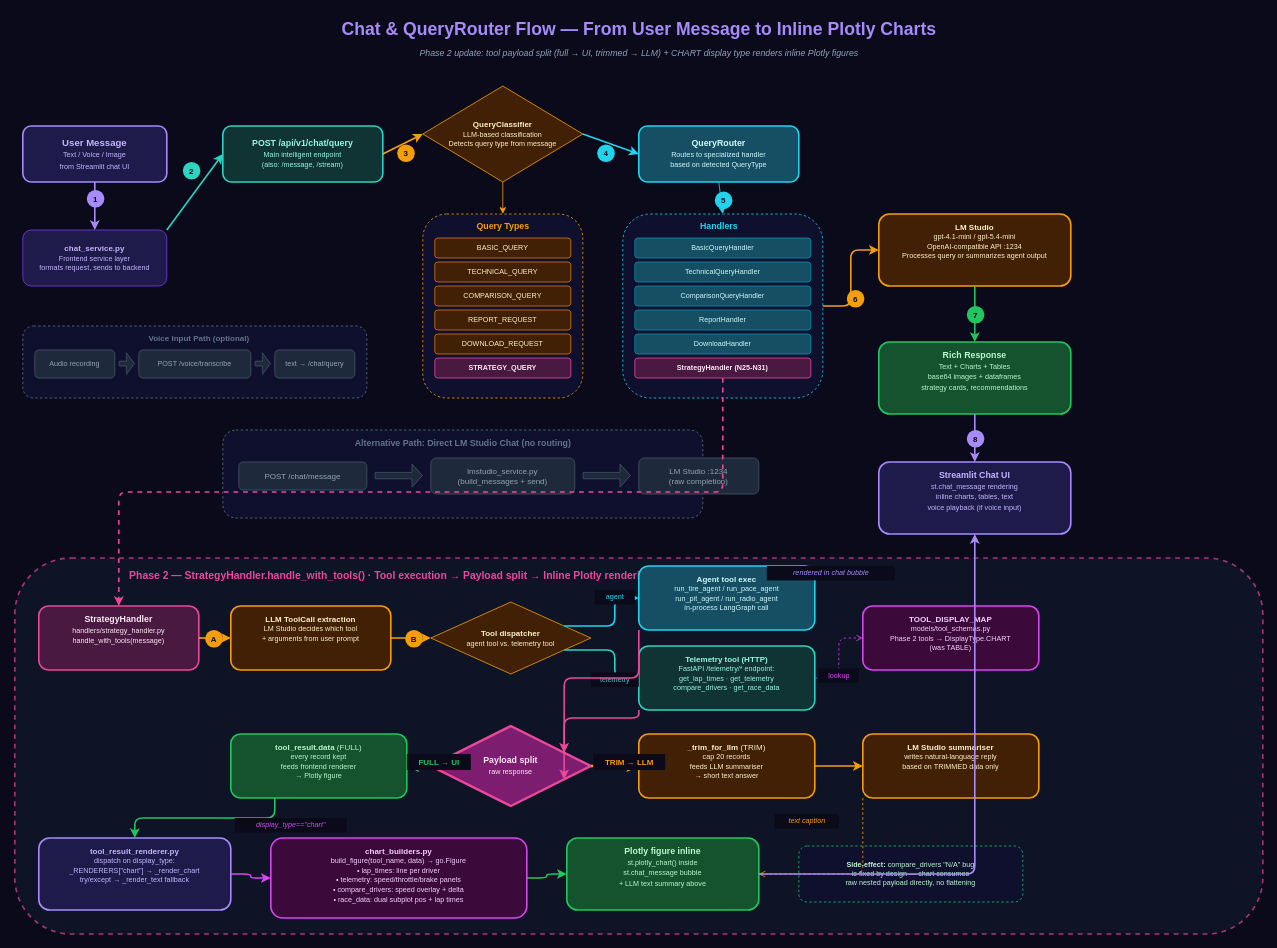
VforVitorio/F1-StratLab keeps this draw.io diagram as docs/diagrams/chat_mcp_flow.drawio. Above is the earlier version. Source tidied: cells renumbered, new cells numbered last; positions are measured from the earlier drawing's top-left corner, leaving out a move shared by most shapes. Both pictures are drawn from the tidied source at 80%, with x=0, y=0 at pixel (14, 14).
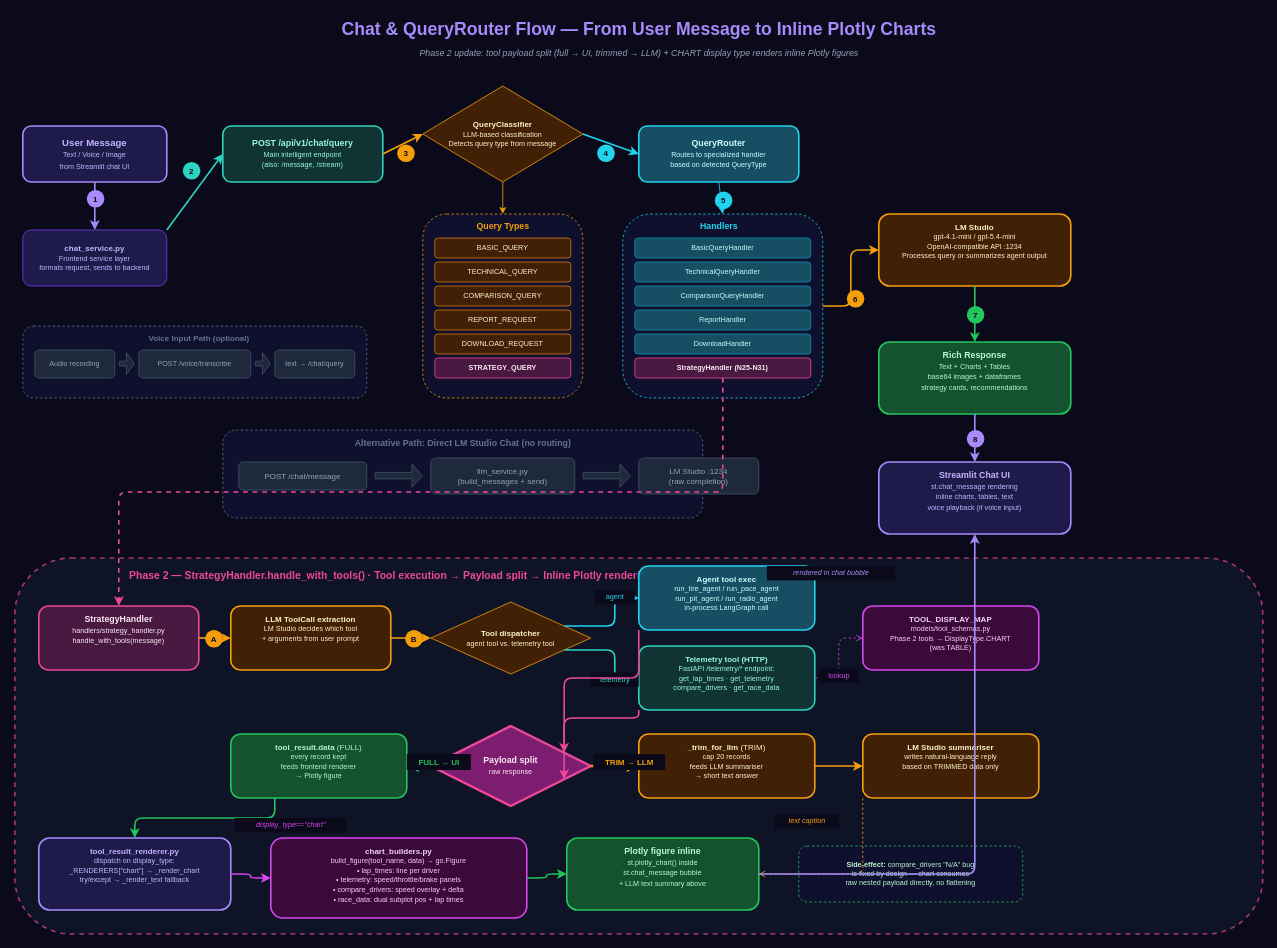
Above is the later version.

Commit message:
docs(diagrams): rename lmstudio_service.py to llm_service.py in chat MCP flow

The edit, as a diff of the source:
```diff
@@
-    <mxCell id="49" value="lmstudio_service.py&lt;br&gt;(build_messages + send)" style="rounded=1;whiteSpace=wrap;html=1;fillColor=#1e293b;strokeColor=#475569;fontColor=#94a3b8;fontSize=10;" parent="1" vertex="1">
+    <mxCell id="49" value="llm_service.py&lt;br&gt;(build_messages + send)" style="rounded=1;whiteSpace=wrap;html=1;fillColor=#1e293b;strokeColor=#475569;fontColor=#94a3b8;fontSize=10;" parent="1" vertex="1">
       <mxGeometry x="520" y="555" width="180" height="45" as="geometry" />
     </mxCell>
```
